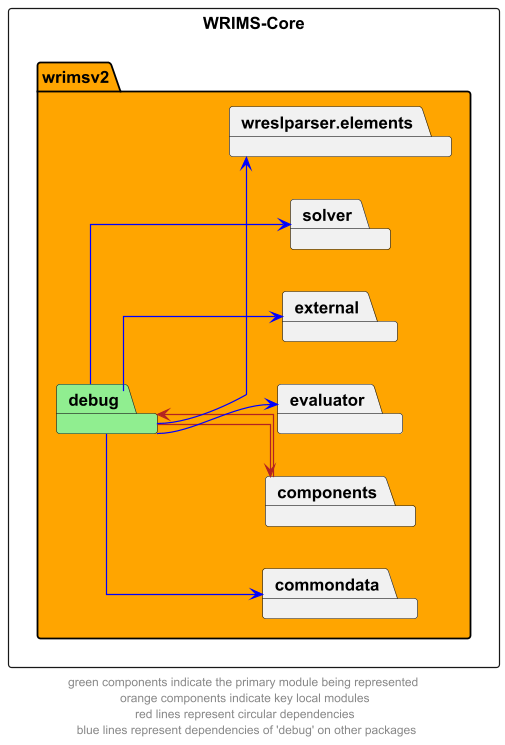
This is docs/diagrams/wrims-core/wrims-core_debug.png from CentralValleyModeling/wrims, a PlantUML export, as it was before one commit.
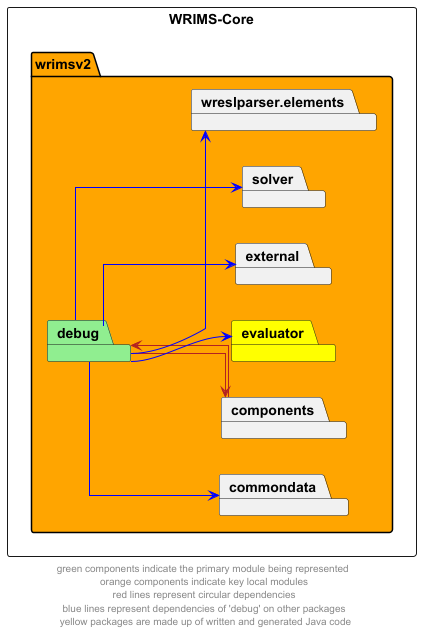
Above is the later version.

Change to the diagram source:
```diff
@@ -7,7 +7,7 @@
         package debug #lightgreen
     package commondata
     package components
-    package evaluator
+    package evaluator #yellow
     package external
     package solver
     package wreslparser.elements
@@ -22,5 +22,5 @@
 debug -->  wreslparser.elements #blue
 
 
-footer "green components indicate the primary module being represented \n orange components indicate key local modules \n red lines represent circular dependencies \n blue lines represent dependencies of 'debug' on other packages"
+footer "green components indicate the primary module being represented \n orange components indicate key local modules \n red lines represent circular dependencies \n blue lines represent dependencies of 'debug' on other packages \n yellow packages are made up of written and generated Java code"
 @enduml
```
